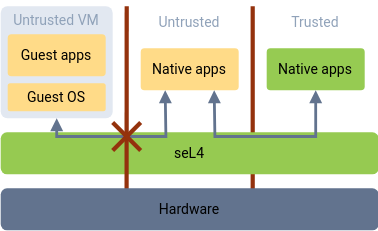
Earlier version of the draw.io export images/tries-shutterstock/sel4-principles.drawio.svg (lsf37/website). Source tidied: cells renumbered, new cells last; positions are measured from the earlier drawing's top-left corner, leaving out a move shared by most shapes.
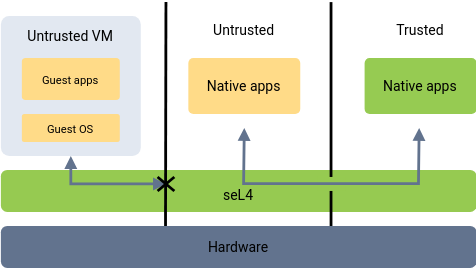
The same file after the commit.

Commit message:
sel4-principles: tweak diagram; add to how-to-use

Diff of the diagram source:
```diff
@@ -2,78 +2,77 @@
   <root>
     <mxCell id="0" />
     <mxCell id="1" parent="0" />
-    <mxCell id="2" style="endArrow=none;html=1;rounded=1;exitX=0.429;exitY=0.667;exitDx=0;exitDy=0;exitPerimeter=0;strokeWidth=3;curved=0;targetPerimeterSpacing=0;startFill=0;strokeColor=light-dark(#94320D,#94320D);" parent="1" edge="1">
-      <mxGeometry relative="1" as="geometry">
-        <mxPoint x="180" y="154" as="sourcePoint" />
-        <mxPoint x="180" y="4" as="targetPoint" />
-      </mxGeometry>
-    </mxCell>
-    <mxCell id="3" value="Untrusted VM" style="rounded=1;whiteSpace=wrap;html=1;strokeColor=none;fillColor=light-dark(#E2E8F1,#E2E8F1);fontFamily=roboto;verticalAlign=top;arcSize=6;spacing=0;fontColor=light-dark(#90A2B9,#90A2B9);fontSize=10;" parent="1" vertex="1">
-      <mxGeometry y="4" width="80" height="80" as="geometry" />
-    </mxCell>
-    <mxCell id="4" value="seL4" style="rounded=1;whiteSpace=wrap;html=1;fillColor=light-dark(#96CA51,#96CA51);strokeColor=none;fontFamily=roboto;fontSize=10;" parent="1" vertex="1">
-      <mxGeometry y="94" width="270" height="30" as="geometry" />
+    <mxCell id="4" value="&lt;div&gt;seL4&lt;/div&gt;" style="rounded=1;whiteSpace=wrap;html=1;fillColor=light-dark(#96CA51,#96CA51);strokeColor=none;fontFamily=roboto;fontSize=10;spacingTop=5;" parent="1" vertex="1">
+      <mxGeometry x="-40" y="94" width="340" height="30" as="geometry" />
     </mxCell>
-    <mxCell id="5" value="Guest apps" style="rounded=1;whiteSpace=wrap;html=1;arcSize=9;strokeColor=none;fillColor=light-dark(#FFDB88,#FFDB88);fontFamily=roboto;fontColor=light-dark(#000000,#000000);fontSize=10;" parent="1" vertex="1">
-      <mxGeometry x="5" y="24" width="70" height="30" as="geometry" />
-    </mxCell>
-    <mxCell id="6" value="Guest OS" style="rounded=1;whiteSpace=wrap;html=1;arcSize=9;strokeColor=none;fillColor=light-dark(#FFDB88,#FFDB88);fontFamily=roboto;fontColor=light-dark(#000000,#000000);fontSize=10;" parent="1" vertex="1">
-      <mxGeometry x="5" y="59" width="70" height="20" as="geometry" />
-    </mxCell>
     <mxCell id="7" value="Native apps" style="rounded=1;whiteSpace=wrap;html=1;arcSize=9;strokeColor=none;fillColor=light-dark(#FFDB88,#FFDB88);fontFamily=roboto;fontColor=light-dark(#000000,#000000);fontSize=10;" parent="1" vertex="1">
-      <mxGeometry x="100" y="34" width="70" height="30" as="geometry" />
+      <mxGeometry x="94" y="14" width="80" height="40" as="geometry" />
     </mxCell>
-    <mxCell id="8" value="Untrusted" style="text;html=1;align=center;verticalAlign=middle;whiteSpace=wrap;rounded=0;fontFamily=roboto;fontColor=light-dark(#90A2B9,#90A2B9);fontSize=10;" parent="1" vertex="1">
-      <mxGeometry x="105" y="5" width="60" height="20" as="geometry" />
+    <mxCell id="8" value="Untrusted" style="text;html=1;align=center;verticalAlign=middle;whiteSpace=wrap;rounded=0;fontFamily=roboto;fontColor=light-dark(#000000,#90A2B9);fontSize=10;" parent="1" vertex="1">
+      <mxGeometry x="104" y="-16" width="60" height="20" as="geometry" />
     </mxCell>
     <mxCell id="9" value="Native apps" style="rounded=1;whiteSpace=wrap;html=1;arcSize=9;strokeColor=none;fillColor=light-dark(#96CB52,#96CB52);fontFamily=roboto;fontSize=10;" parent="1" vertex="1">
-      <mxGeometry x="190" y="34" width="70" height="30" as="geometry" />
+      <mxGeometry x="220" y="14" width="80" height="40" as="geometry" />
     </mxCell>
-    <mxCell id="10" value="Trusted" style="text;html=1;align=center;verticalAlign=middle;whiteSpace=wrap;rounded=0;fontFamily=roboto;fontColor=light-dark(#90A2B9,#90A2B9);fontSize=10;" parent="1" vertex="1">
-      <mxGeometry x="195" width="60" height="30" as="geometry" />
+    <mxCell id="10" value="Trusted" style="text;html=1;align=center;verticalAlign=middle;whiteSpace=wrap;rounded=0;fontFamily=roboto;fontColor=light-dark(#000000,#90A2B9);fontSize=10;" parent="1" vertex="1">
+      <mxGeometry x="230" y="-21" width="60" height="30" as="geometry" />
     </mxCell>
-    <mxCell id="11" style="endArrow=none;html=1;rounded=1;exitX=0.333;exitY=0.333;exitDx=0;exitDy=0;exitPerimeter=0;strokeWidth=3;curved=0;targetPerimeterSpacing=7;strokeColor=light-dark(#94320D,#94320D);" parent="1" edge="1" source="12">
+    <mxCell id="11" style="endArrow=none;html=1;rounded=1;strokeWidth=2;curved=0;targetPerimeterSpacing=7;exitX=0.346;exitY=0.983;exitDx=0;exitDy=0;exitPerimeter=0;" parent="1" edge="1" source="12">
       <mxGeometry relative="1" as="geometry">
-        <mxPoint x="90" y="4" as="targetPoint" />
+        <mxPoint x="78" y="-26" as="targetPoint" />
       </mxGeometry>
     </mxCell>
+    <mxCell id="13" style="endArrow=block;startArrow=block;html=1;rounded=0;entryX=0.5;entryY=1;entryDx=0;entryDy=0;strokeColor=light-dark(#62738E,#62738E);startFill=1;endFill=1;endSize=4;startSize=4;strokeWidth=2;" parent="1" edge="1">
+      <mxGeometry relative="1" as="geometry">
+        <mxPoint x="78" y="104" as="sourcePoint" />
+        <mxPoint x="10" y="84" as="targetPoint" />
+        <Array as="points">
+          <mxPoint x="10" y="104" />
+        </Array>
+      </mxGeometry>
+    </mxCell>
+    <mxCell id="2" style="endArrow=none;html=1;rounded=1;exitX=0.429;exitY=0.667;exitDx=0;exitDy=0;exitPerimeter=0;strokeWidth=2;curved=0;targetPerimeterSpacing=0;startFill=0;" parent="1" edge="1">
+      <mxGeometry relative="1" as="geometry">
+        <mxPoint x="196" y="155" as="sourcePoint" />
+        <mxPoint x="196" y="-26" as="targetPoint" />
+      </mxGeometry>
+    </mxCell>
     <mxCell id="12" value="Hardware" style="rounded=1;whiteSpace=wrap;html=1;fillColor=light-dark(#62738E,#62738E);fillStyle=solid;strokeColor=none;fontFamily=roboto;fontSize=10;" parent="1" vertex="1">
-      <mxGeometry y="134" width="270" height="30" as="geometry" />
+      <mxGeometry x="-40" y="134" width="340" height="30" as="geometry" />
     </mxCell>
-    <mxCell id="13" style="endArrow=block;startArrow=block;html=1;rounded=0;entryX=0.5;entryY=1;entryDx=0;entryDy=0;exitX=0.25;exitY=1;exitDx=0;exitDy=0;strokeColor=light-dark(#62738E,#62738E);startFill=1;endFill=1;endSize=4;startSize=4;strokeWidth=2;" parent="1" edge="1">
-      <mxGeometry relative="1" as="geometry">
-        <mxPoint x="117.5" y="64" as="sourcePoint" />
-        <mxPoint x="40" y="84" as="targetPoint" />
-        <Array as="points">
-          <mxPoint x="118" y="97" />
-          <mxPoint x="40" y="97" />
-        </Array>
-      </mxGeometry>
-    </mxCell>
+    <mxCell id="18" style="whiteSpace=wrap;html=1;strokeColor=none;fillColor=#96CA51;" parent="1" vertex="1">
+      <mxGeometry x="186" y="99" width="20" height="10" as="geometry" />
+    </mxCell>
-    <mxCell id="14" style="endArrow=block;startArrow=block;html=1;rounded=0;entryX=0.75;entryY=1;entryDx=0;entryDy=0;exitX=0.5;exitY=1;exitDx=0;exitDy=0;strokeColor=light-dark(#62738E,#62738E);startFill=1;endFill=1;endSize=4;startSize=4;strokeWidth=2;" parent="1" edge="1">
+    <mxCell id="14" style="endArrow=block;startArrow=block;html=1;rounded=0;strokeColor=light-dark(#62738E,#62738E);startFill=1;endFill=1;endSize=4;startSize=4;strokeWidth=2;" parent="1" edge="1">
       <mxGeometry relative="1" as="geometry">
-        <mxPoint x="225" y="64" as="sourcePoint" />
-        <mxPoint x="152.5" y="64" as="targetPoint" />
+        <mxPoint x="259" y="64" as="sourcePoint" />
+        <mxPoint x="134" y="64" as="targetPoint" />
         <Array as="points">
-          <mxPoint x="225" y="97" />
-          <mxPoint x="153" y="97" />
+          <mxPoint x="258.5" y="103.8" />
+          <mxPoint x="133.5" y="103.8" />
         </Array>
       </mxGeometry>
     </mxCell>
-    <mxCell id="15" style="group;strokeColor=none;" parent="1" vertex="1">
-      <mxGeometry x="80" y="87" width="20" height="20" as="geometry" />
-    </mxCell>
-    <mxCell id="16" style="endArrow=none;html=1;rounded=1;strokeWidth=3;curved=0;targetPerimeterSpacing=7;strokeColor=light-dark(#94320D,#94320D);" parent="15" edge="1">
+    <mxCell id="16" style="endArrow=none;html=1;rounded=1;strokeWidth=2;curved=0;targetPerimeterSpacing=7;strokeColor=light-dark(#000000,#FFFFFF);" parent="1" edge="1">
       <mxGeometry relative="1" as="geometry">
-        <mxPoint y="20" as="sourcePoint" />
-        <mxPoint x="20" as="targetPoint" />
+        <mxPoint x="72" y="109" as="sourcePoint" />
+        <mxPoint x="84" y="99" as="targetPoint" />
       </mxGeometry>
     </mxCell>
-    <mxCell id="17" style="endArrow=none;html=1;rounded=1;strokeWidth=3;curved=0;targetPerimeterSpacing=7;strokeColor=light-dark(#94320D,#94320D);" parent="15" edge="1">
+    <mxCell id="17" style="endArrow=none;html=1;rounded=1;strokeWidth=2;curved=0;targetPerimeterSpacing=7;strokeColor=light-dark(#000000,#FFFFFF);" parent="1" edge="1">
       <mxGeometry relative="1" as="geometry">
-        <mxPoint x="20" y="20" as="sourcePoint" />
-        <mxPoint as="targetPoint" />
+        <mxPoint x="84" y="109" as="sourcePoint" />
+        <mxPoint x="72" y="99" as="targetPoint" />
       </mxGeometry>
     </mxCell>
+    <mxCell id="3" value="&lt;div&gt;&lt;span style=&quot;background-color: transparent; line-height: 200%;&quot;&gt;&lt;font style=&quot;color: light-dark(rgb(0, 0, 0), rgb(255, 255, 255));&quot;&gt;Untrusted VM&lt;/font&gt;&lt;/span&gt;&lt;/div&gt;" style="rounded=1;whiteSpace=wrap;html=1;strokeColor=none;fillColor=light-dark(#E2E8F1,#3F5F8A);fontFamily=roboto;verticalAlign=top;arcSize=6;spacing=0;fontColor=light-dark(#90A2B9,#000000);fontSize=10;" parent="1" vertex="1">
+      <mxGeometry x="-40" y="-16" width="100" height="100" as="geometry" />
+    </mxCell>
+    <mxCell id="5" value="&lt;font style=&quot;font-size: 8px;&quot;&gt;Guest apps&lt;/font&gt;" style="rounded=1;whiteSpace=wrap;html=1;arcSize=9;strokeColor=none;fillColor=light-dark(#FFDB88,#FFDB88);fontFamily=roboto;fontColor=light-dark(#000000,#000000);fontSize=10;" parent="1" vertex="1">
+      <mxGeometry x="-25" y="14" width="70" height="30" as="geometry" />
+    </mxCell>
+    <mxCell id="6" value="&lt;font style=&quot;font-size: 8px;&quot;&gt;Guest OS&lt;/font&gt;" style="rounded=1;whiteSpace=wrap;html=1;arcSize=9;strokeColor=none;fillColor=light-dark(#FFDB88,#FFDB88);fontFamily=roboto;fontColor=light-dark(#000000,#000000);fontSize=10;" parent="1" vertex="1">
+      <mxGeometry x="-25" y="54" width="70" height="20" as="geometry" />
+    </mxCell>
   </root>
 </mxGraphModel>
```
